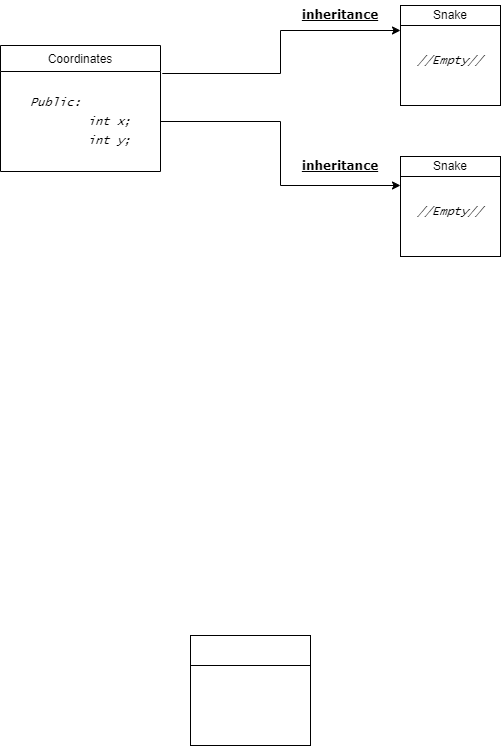
Before: OOP_Snake_Project.drawio.png, a diagram exported from draw.io (MuhammadHamzaKhanMarwat/oop-SNAKE-project). Source tidied: cells renumbered, new cells last; positions are measured from the earlier drawing's top-left corner, leaving out a move shared by most shapes.
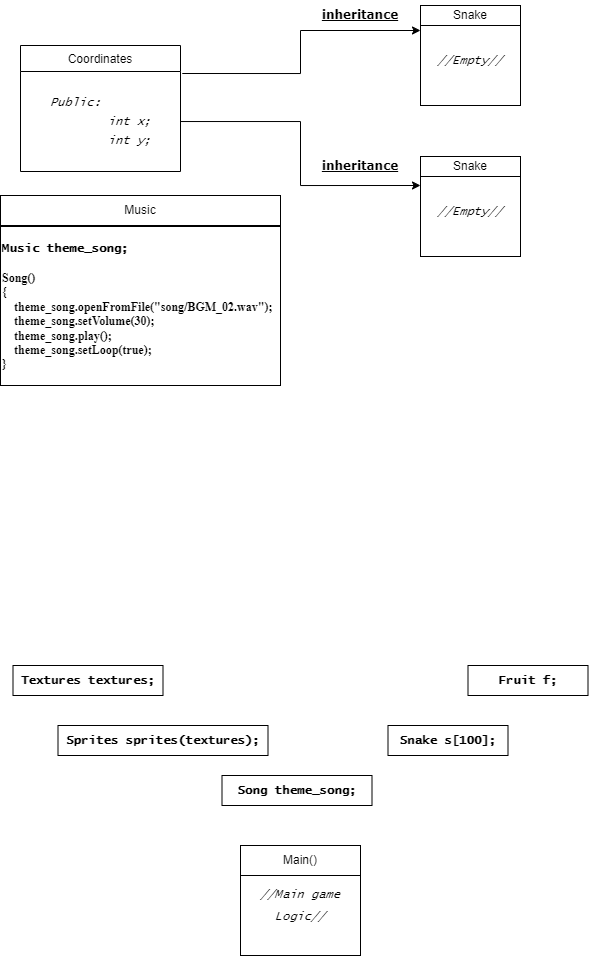
The same diagram one commit later.

The edit, as a diff of the source:
```diff
@@ -38,11 +38,11 @@
     <mxCell id="13" style="edgeStyle=orthogonalEdgeStyle;rounded=0;jettySize=auto;html=1;entryX=0;entryY=0.29;entryDx=0;entryDy=0;entryPerimeter=0;" parent="1" edge="1" source="3" target="8">
       <mxGeometry relative="1" as="geometry" />
     </mxCell>
-    <mxCell id="14" style="rounded=0;whiteSpace=wrap;html=1;" parent="1" vertex="1">
-      <mxGeometry x="190" y="645" width="120" height="100" as="geometry" />
+    <mxCell id="14" value="&lt;p style=&quot;line-height: 170%;&quot;&gt;&lt;font face=&quot;Lucida Console&quot;&gt;&lt;i&gt;//Main game Logic//&lt;/i&gt;&lt;/font&gt;&lt;/p&gt;" style="rounded=0;whiteSpace=wrap;html=1;" parent="1" vertex="1">
+      <mxGeometry x="220" y="855" width="120" height="100" as="geometry" />
     </mxCell>
-    <mxCell id="15" style="rounded=0;whiteSpace=wrap;html=1;" parent="1" vertex="1">
-      <mxGeometry x="190" y="635" width="120" height="30" as="geometry" />
+    <mxCell id="15" value="Main()" style="rounded=0;whiteSpace=wrap;html=1;" parent="1" vertex="1">
+      <mxGeometry x="220" y="845" width="120" height="30" as="geometry" />
     </mxCell>
     <mxCell id="16" value="&lt;b style=&quot;&quot;&gt;&lt;u style=&quot;&quot;&gt;&lt;font face=&quot;Verdana&quot;&gt;inheritance&lt;/font&gt;&lt;/u&gt;&lt;/b&gt;" style="text;html=1;strokeColor=none;fillColor=none;align=center;verticalAlign=middle;whiteSpace=wrap;rounded=0;" parent="1" vertex="1">
       <mxGeometry x="310" y="151" width="60" height="30" as="geometry" />
@@ -50,5 +50,26 @@
     <mxCell id="17" value="&lt;b style=&quot;&quot;&gt;&lt;u style=&quot;&quot;&gt;&lt;font face=&quot;Verdana&quot;&gt;inheritance&lt;/font&gt;&lt;/u&gt;&lt;/b&gt;" style="text;html=1;strokeColor=none;fillColor=none;align=center;verticalAlign=middle;whiteSpace=wrap;rounded=0;" parent="1" vertex="1">
       <mxGeometry x="310" width="60" height="30" as="geometry" />
     </mxCell>
+    <mxCell id="18" value="&lt;font face=&quot;Lucida Console&quot;&gt;&lt;b&gt;Snake s[100];&lt;/b&gt;&lt;/font&gt;" style="rounded=0;whiteSpace=wrap;html=1;" parent="1" vertex="1">
+      <mxGeometry x="367.5" y="725" width="120" height="30" as="geometry" />
+    </mxCell>
+    <mxCell id="19" value="&lt;b style=&quot;border-color: var(--border-color); font-family: &amp;quot;Lucida Console&amp;quot;;&quot;&gt;Fruit f;&lt;/b&gt;" style="rounded=0;whiteSpace=wrap;html=1;" parent="1" vertex="1">
+      <mxGeometry x="447.5" y="665" width="120" height="30" as="geometry" />
+    </mxCell>
+    <mxCell id="20" value="&lt;font face=&quot;Lucida Console&quot;&gt;&lt;b&gt;Song theme_song;&lt;/b&gt;&lt;/font&gt;" style="rounded=0;whiteSpace=wrap;html=1;" parent="1" vertex="1">
+      <mxGeometry x="201.5" y="775" width="150" height="30" as="geometry" />
+    </mxCell>
+    <mxCell id="21" value="&lt;font face=&quot;Lucida Console&quot;&gt;&lt;b&gt;Textures textures;&lt;/b&gt;&lt;/font&gt;" style="rounded=0;whiteSpace=wrap;html=1;" parent="1" vertex="1">
+      <mxGeometry x="-7.5" y="665" width="150" height="30" as="geometry" />
+    </mxCell>
+    <mxCell id="22" value="&lt;font face=&quot;Lucida Console&quot;&gt;&lt;b&gt;Sprites sprites(textures);&lt;/b&gt;&lt;/font&gt;" style="rounded=0;whiteSpace=wrap;html=1;" parent="1" vertex="1">
+      <mxGeometry x="37.5" y="725" width="210" height="30" as="geometry" />
+    </mxCell>
+    <mxCell id="23" value="Music" style="rounded=0;whiteSpace=wrap;html=1;" parent="1" vertex="1">
+      <mxGeometry x="-20" y="195" width="280" height="30" as="geometry" />
+    </mxCell>
+    <mxCell id="24" value="&lt;div&gt;&lt;font face=&quot;Lucida Console&quot;&gt;&lt;b&gt;Music theme_song;&lt;/b&gt;&lt;/font&gt;&lt;/div&gt;&lt;div&gt;&lt;font face=&quot;EmI8eARShOcy2984bDzH&quot;&gt;&lt;b&gt;&lt;br&gt;&lt;/b&gt;&lt;/font&gt;&lt;/div&gt;&lt;div&gt;&lt;font face=&quot;EmI8eARShOcy2984bDzH&quot;&gt;&lt;b&gt;Song()&amp;nbsp;&lt;/b&gt;&lt;/font&gt;&lt;/div&gt;&lt;div&gt;&lt;font face=&quot;EmI8eARShOcy2984bDzH&quot;&gt;&lt;b&gt;{&lt;/b&gt;&lt;/font&gt;&lt;/div&gt;&lt;div&gt;&lt;font face=&quot;EmI8eARShOcy2984bDzH&quot;&gt;&lt;b&gt;&amp;nbsp; &amp;nbsp; theme_song.openFromFile(&quot;song/BGM_02.wav&quot;);&lt;span style=&quot;&quot;&gt;&lt;/span&gt;&lt;/b&gt;&lt;/font&gt;&lt;/div&gt;&lt;div&gt;&lt;span style=&quot;&quot;&gt;&lt;font face=&quot;EmI8eARShOcy2984bDzH&quot;&gt;&lt;b&gt;&lt;span style=&quot;&quot;&gt;&lt;span style=&quot;white-space: pre;&quot;&gt;&amp;nbsp;&amp;nbsp;&amp;nbsp;&amp;nbsp;&lt;/span&gt;&lt;/span&gt;theme_song.setVolume(30);&lt;/b&gt;&lt;/font&gt;&lt;/span&gt;&lt;/div&gt;&lt;div&gt;&lt;span style=&quot;&quot;&gt;&lt;font face=&quot;EmI8eARShOcy2984bDzH&quot;&gt;&lt;b&gt;&lt;span style=&quot;&quot;&gt;&lt;span style=&quot;white-space: pre;&quot;&gt;&amp;nbsp;&amp;nbsp;&amp;nbsp;&amp;nbsp;&lt;/span&gt;&lt;/span&gt;theme_song.play();&lt;/b&gt;&lt;/font&gt;&lt;/span&gt;&lt;/div&gt;&lt;div&gt;&lt;span style=&quot;&quot;&gt;&lt;font face=&quot;EmI8eARShOcy2984bDzH&quot;&gt;&lt;b&gt;&lt;span style=&quot;&quot;&gt;&lt;span style=&quot;white-space: pre;&quot;&gt;&amp;nbsp;&amp;nbsp;&amp;nbsp;&amp;nbsp;&lt;/span&gt;&lt;/span&gt;theme_song.setLoop(true);&lt;/b&gt;&lt;/font&gt;&lt;/span&gt;&lt;/div&gt;&lt;div&gt;&lt;font face=&quot;EmI8eARShOcy2984bDzH&quot;&gt;&lt;b&gt;}&lt;/b&gt;&lt;/font&gt;&lt;/div&gt;" style="rounded=0;whiteSpace=wrap;html=1;align=left;" parent="1" vertex="1">
+      <mxGeometry x="-20" y="226" width="280" height="159" as="geometry" />
+    </mxCell>
   </root>
 </mxGraphModel>
```
